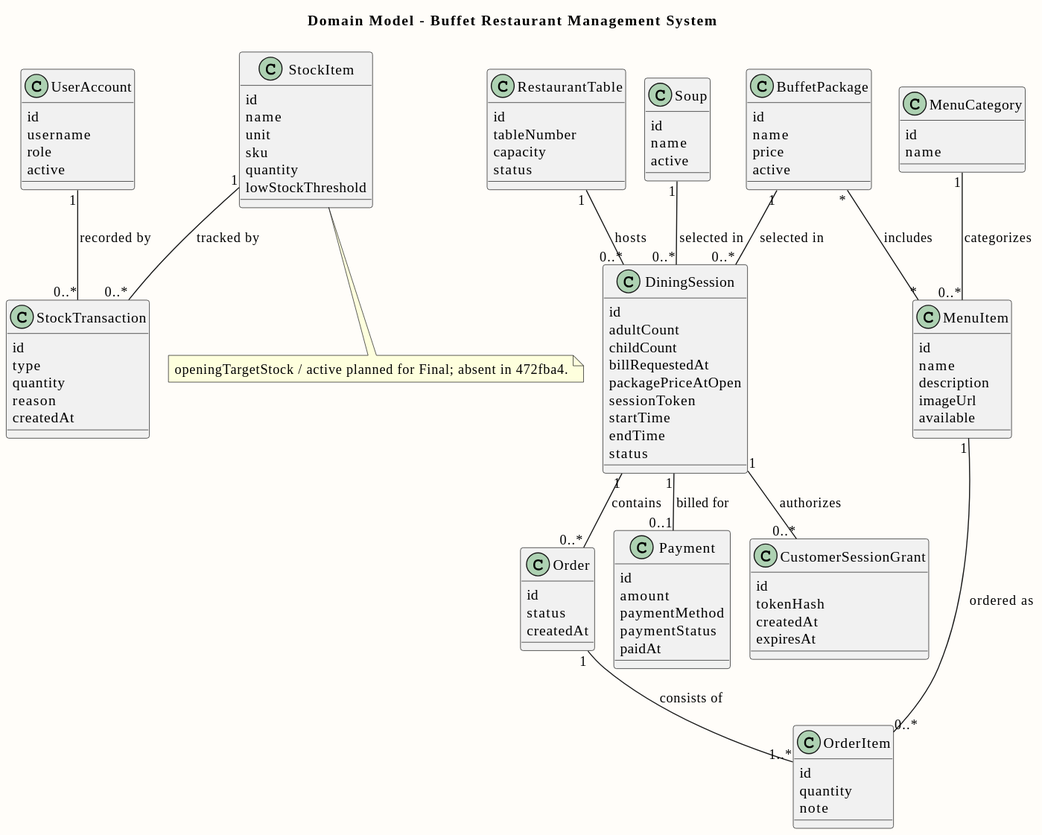
Earlier version of the PlantUML export doc/diagrams/previews/domain-model.svg (PavaritPramual/buffet-restaurant-management-system). Its diagram source:
```plantuml
@startuml
!pragma layout smetana
skinparam shadowing false
skinparam classAttributeIconSize 0
skinparam backgroundColor #FFFDF9
skinparam defaultFontName Tahoma

title Domain Model - Buffet Restaurant Management System

skinparam classAttributeIconSize 0
skinparam shadowing false

class UserAccount {
    id
    username
    role
    active
}

class RestaurantTable {
    id
    tableNumber
    capacity
    status
}

class DiningSession {
    id
    adultCount
    childCount
    billRequestedAt
    packagePriceAtOpen
    sessionToken
    startTime
    endTime
    status
}

class CustomerSessionGrant {
    id
    tokenHash
    createdAt
    expiresAt
}

class BuffetPackage {
    id
    name
    price
    active
}

class Soup {
    id
    name
    active
}

class MenuCategory {
    id
    name
}

class MenuItem {
    id
    name
    description
    imageUrl
    available
}

class Order {
    id
    status
    createdAt
}

class OrderItem {
    id
    quantity
    note
}

class Payment {
    id
    amount
    paymentMethod
    paymentStatus
    paidAt
}

class StockItem {
    id
    name
    unit
    sku
    quantity
    lowStockThreshold
}

class StockTransaction {
    id
    type
    quantity
    reason
    createdAt
}

RestaurantTable "1" -- "0..*" DiningSession : hosts >
BuffetPackage "1" -- "0..*" DiningSession : selected in >
Soup "1" -- "0..*" DiningSession : selected in >

BuffetPackage "*" -- "*" MenuItem : includes >
MenuCategory "1" -- "0..*" MenuItem : categorizes >

DiningSession "1" -- "0..*" Order : contains >
DiningSession "1" -- "0..*" CustomerSessionGrant : authorizes >
Order "1" -- "1..*" OrderItem : consists of >
MenuItem "1" -- "0..*" OrderItem : ordered as >

DiningSession "1" -- "0..1" Payment : billed for >

StockItem "1" -- "0..*" StockTransaction : tracked by >
UserAccount "1" -- "0..*" StockTransaction : recorded by >

note bottom of StockItem
 openingTargetStock / active planned for Final; absent in 472fba4.
end note
@enduml
```
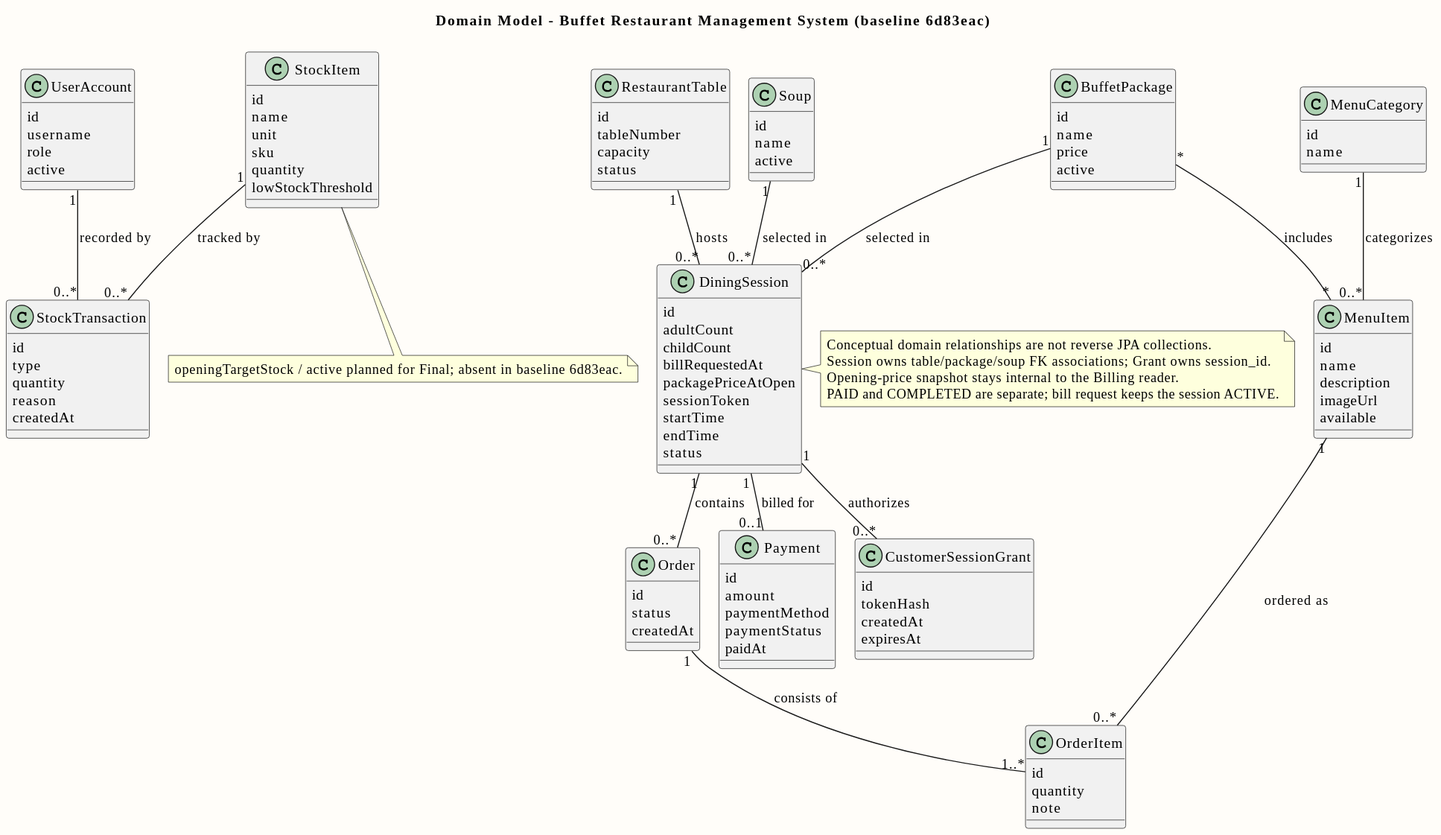
Above is the later version.

Change to the diagram source:
```diff
@@ -5,7 +5,7 @@
 skinparam backgroundColor #FFFDF9
 skinparam defaultFontName Tahoma
 
-title Domain Model - Buffet Restaurant Management System
+title Domain Model - Buffet Restaurant Management System (baseline 6d83eac)
 
 skinparam classAttributeIconSize 0
 skinparam shadowing false
@@ -42,6 +42,13 @@
     createdAt
     expiresAt
 }
+
+note right of DiningSession
+ Conceptual domain relationships are not reverse JPA collections.
+ Session owns table/package/soup FK associations; Grant owns session_id.
+ Opening-price snapshot stays internal to the Billing reader.
+ PAID and COMPLETED are separate; bill request keeps the session ACTIVE.
+end note
 
 class BuffetPackage {
     id
@@ -124,6 +131,6 @@
 UserAccount "1" -- "0..*" StockTransaction : recorded by >
 
 note bottom of StockItem
- openingTargetStock / active planned for Final; absent in 472fba4.
+ openingTargetStock / active planned for Final; absent in baseline 6d83eac.
 end note
 @enduml
```
